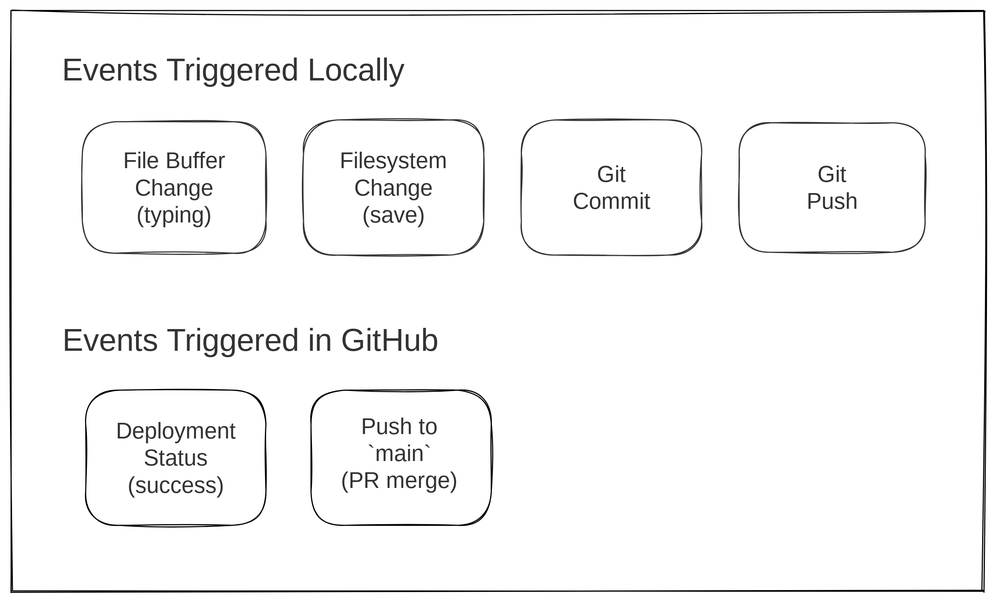
Above: docs/images/sdlc_events.excalidraw.svg in oaknational/Oak-Web-Application (Excalidraw), before the change. Source tidied: one line per element, renumbered; positions are measured from the earlier drawing's top-left corner, leaving out a move shared by most shapes.
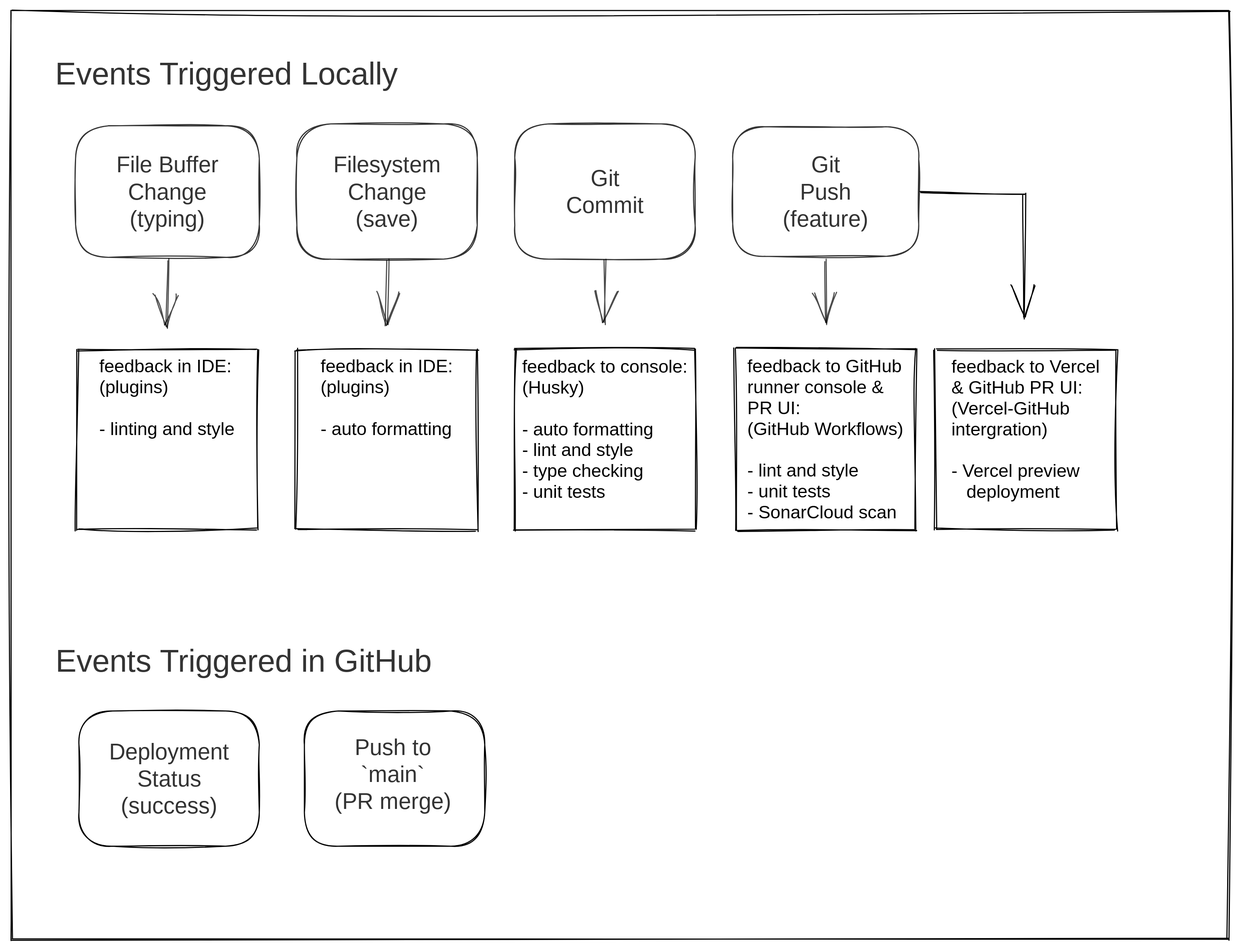
Above is the later version.

Commit message:
docs(testing): add checks to event diagram

Change to the diagram source:
```diff
@@ -1,15 +1,30 @@
-{"id": 0, "type": "rectangle", "strokeColor": "#000000", "strokeWidth": 1, "roughness": 1, "opacity": 80, "x": 259, "y": 96, "width": 160, "height": 120}
-{"id": 1, "type": "text", "text": "Filesystem\nChange\n(save)", "strokeColor": "#000000", "strokeWidth": 1, "roughness": 1, "opacity": 80, "fontSize": 20, "fontFamily": 3, "textAlign": "center", "x": 281, "y": 120, "width": 117, "height": 72}
-{"id": 2, "type": "text", "text": "Git\nCommit", "strokeColor": "#000000", "strokeWidth": 1, "roughness": 1, "opacity": 80, "fontSize": 20, "fontFamily": 3, "textAlign": "center", "x": 497, "y": 132, "width": 72, "height": 48}
-{"id": 3, "type": "rectangle", "strokeColor": "#000000", "strokeWidth": 1, "roughness": 1, "opacity": 80, "x": 453, "y": 96, "width": 160, "height": 120}
-{"id": 4, "type": "rectangle", "strokeColor": "#000000", "strokeWidth": 1, "roughness": 1, "opacity": 80, "x": 646, "y": 99, "width": 165, "height": 115}
-{"id": 5, "type": "text", "text": "Git\nPush", "strokeColor": "#000000", "strokeWidth": 1, "roughness": 1, "opacity": 80, "fontSize": 20, "fontFamily": 3, "textAlign": "center", "x": 704, "y": 132, "width": 48, "height": 48}
-{"id": 6, "type": "rectangle", "strokeColor": "#000000", "strokeWidth": 1, "roughness": 1, "opacity": 80, "x": 63, "y": 98, "width": 163, "height": 117}
-{"id": 7, "type": "text", "text": "File Buffer\nChange\n(typing)", "strokeColor": "#000000", "strokeWidth": 1, "roughness": 1, "opacity": 80, "fontSize": 20, "fontFamily": 3, "textAlign": "center", "x": 80, "y": 120, "width": 129, "height": 72}
 {"id": 8, "type": "text", "text": "Events Triggered Locally", "strokeColor": "#000000", "strokeWidth": 1, "roughness": 1, "opacity": 80, "fontSize": 28, "fontFamily": 1, "textAlign": "center", "x": 26, "y": 36, "width": 342, "height": 36}
-{"id": 9, "type": "text", "text": "Events Triggered in GitHub", "strokeColor": "#000000", "strokeWidth": 1, "roughness": 1, "opacity": 80, "fontSize": 28, "fontFamily": 1, "textAlign": "center", "x": 26, "y": 276, "width": 372, "height": 36}
+{"id": 9, "type": "text", "text": "Events Triggered in GitHub", "strokeColor": "#000000", "strokeWidth": 1, "roughness": 1, "opacity": 80, "fontSize": 28, "fontFamily": 1, "textAlign": "center", "x": 26, "y": 558, "width": 372, "height": 36}
-{"id": 10, "type": "rectangle", "strokeColor": "#000000", "strokeWidth": 1, "roughness": 1, "x": 66, "y": 336, "width": 160, "height": 120}
+{"id": 10, "type": "rectangle", "strokeColor": "#000000", "strokeWidth": 1, "roughness": 1, "x": 66, "y": 618, "width": 160, "height": 120}
-{"id": 11, "type": "text", "text": "Deployment\nStatus\n(success)", "strokeColor": "#000000", "strokeWidth": 1, "roughness": 1, "opacity": 80, "fontSize": 20, "fontFamily": 3, "textAlign": "center", "x": 88, "y": 360, "width": 117, "height": 72}
+{"id": 11, "type": "text", "text": "Deployment\nStatus\n(success)", "strokeColor": "#000000", "strokeWidth": 1, "roughness": 1, "opacity": 80, "fontSize": 20, "fontFamily": 3, "textAlign": "center", "x": 88, "y": 642, "width": 117, "height": 72}
-{"id": 12, "type": "rectangle", "strokeColor": "#000000", "strokeWidth": 1, "roughness": 1, "x": 266, "y": 336, "width": 160, "height": 120}
+{"id": 12, "type": "rectangle", "strokeColor": "#000000", "strokeWidth": 1, "roughness": 1, "x": 266, "y": 618, "width": 160, "height": 120}
-{"id": 13, "type": "text", "text": "Push to\n`main`\n(PR merge)", "strokeColor": "#000000", "strokeWidth": 1, "roughness": 1, "opacity": 80, "fontSize": 20, "fontFamily": 3, "textAlign": "center", "x": 286, "y": 356, "width": 118, "height": 72}
+{"id": 13, "type": "text", "text": "Push to\n`main`\n(PR merge)", "strokeColor": "#000000", "strokeWidth": 1, "roughness": 1, "opacity": 80, "fontSize": 20, "fontFamily": 3, "textAlign": "center", "x": 286, "y": 638, "width": 118, "height": 72}
-{"id": 14, "type": "rectangle", "strokeColor": "#000000", "strokeWidth": 1, "roughness": 2, "x": 0, "y": 0, "width": 863, "height": 516}
+{"id": 14, "type": "rectangle", "strokeColor": "#000000", "strokeWidth": 1, "roughness": 2, "x": 6, "y": -4, "width": 1080, "height": 824}
+{"id": 6, "type": "rectangle", "strokeColor": "#000000", "strokeWidth": 1, "roughness": 1, "opacity": 80, "x": 63, "y": 98, "width": 163, "height": 117}
+{"id": 7, "type": "text", "text": "File Buffer\nChange\n(typing)", "strokeColor": "#000000", "strokeWidth": 1, "roughness": 1, "opacity": 80, "fontSize": 20, "fontFamily": 3, "textAlign": "center", "x": 80, "y": 120, "width": 129, "height": 72}
+{"id": 15, "type": "arrow", "strokeColor": "#000000", "strokeWidth": 1, "roughness": 1, "opacity": 70, "endArrowhead": "arrow", "from": 6, "to": 16, "x": 145, "y": 217, "width": 0, "height": 60, "points": [[0, 0], [0, 60]]}
+{"id": 16, "type": "rectangle", "strokeColor": "#000000", "strokeWidth": 1, "roughness": 1, "x": 64, "y": 296, "width": 160, "height": 160}
+{"id": 17, "type": "text", "text": "feedback in IDE:\n(plugins)\n\n- linting and style", "strokeColor": "#000000", "strokeWidth": 1, "roughness": 1, "fontSize": 16, "fontFamily": 2, "x": 84, "y": 302, "width": 121, "height": 74}
+{"id": 0, "type": "rectangle", "strokeColor": "#000000", "strokeWidth": 1, "roughness": 1, "opacity": 80, "x": 259, "y": 96, "width": 160, "height": 120}
+{"id": 1, "type": "text", "text": "Filesystem\nChange\n(save)", "strokeColor": "#000000", "strokeWidth": 1, "roughness": 1, "opacity": 80, "fontSize": 20, "fontFamily": 3, "textAlign": "center", "x": 281, "y": 120, "width": 117, "height": 72}
+{"id": 18, "type": "arrow", "strokeColor": "#000000", "strokeWidth": 1, "roughness": 1, "opacity": 70, "endArrowhead": "arrow", "from": 0, "to": 19, "x": 340, "y": 218, "width": 1, "height": 57, "points": [[0, 0], [-1, 57]]}
+{"id": 19, "type": "rectangle", "strokeColor": "#000000", "strokeWidth": 1, "roughness": 1, "x": 259, "y": 296, "width": 160, "height": 160}
+{"id": 20, "type": "text", "text": "feedback in IDE:\n(plugins)\n\n- auto formatting", "strokeColor": "#000000", "strokeWidth": 1, "roughness": 1, "fontSize": 16, "fontFamily": 2, "x": 280, "y": 302, "width": 118, "height": 74}
+{"id": 2, "type": "text", "text": "Git\nCommit", "strokeColor": "#000000", "strokeWidth": 1, "roughness": 1, "opacity": 80, "fontSize": 20, "fontFamily": 3, "textAlign": "center", "x": 497, "y": 132, "width": 72, "height": 48}
+{"id": 3, "type": "rectangle", "strokeColor": "#000000", "strokeWidth": 1, "roughness": 1, "opacity": 80, "x": 453, "y": 96, "width": 160, "height": 120}
+{"id": 21, "type": "arrow", "strokeColor": "#000000", "strokeWidth": 1, "roughness": 1, "opacity": 70, "endArrowhead": "arrow", "to": 22, "x": 533, "y": 216, "width": 1, "height": 58, "points": [[0, 0], [1, 58]]}
+{"id": 22, "type": "rectangle", "strokeColor": "#000000", "strokeWidth": 1, "roughness": 1, "x": 453, "y": 296, "width": 160, "height": 160}
+{"id": 23, "type": "text", "text": "feedback to console:\n(Husky)\n\n- auto formatting\n- lint and style\n- type checking\n- unit tests", "strokeColor": "#000000", "strokeWidth": 1, "roughness": 1, "fontSize": 16, "fontFamily": 2, "x": 459, "y": 302, "width": 147, "height": 130}
+{"id": 4, "type": "rectangle", "strokeColor": "#000000", "strokeWidth": 1, "roughness": 1, "opacity": 80, "x": 646, "y": 99, "width": 165, "height": 115}
+{"id": 5, "type": "text", "text": "Git\nPush\n(feature)", "strokeColor": "#000000", "strokeWidth": 1, "roughness": 1, "opacity": 80, "fontSize": 20, "fontFamily": 3, "textAlign": "center", "x": 675, "y": 120, "width": 107, "height": 72}
+{"id": 24, "type": "arrow", "strokeColor": "#000000", "strokeWidth": 1, "roughness": 1, "opacity": 70, "endArrowhead": "arrow", "from": 4, "to": 25, "x": 728, "y": 217, "width": 1, "height": 57, "points": [[0, 0], [1, 57]]}
+{"id": 25, "type": "rectangle", "strokeColor": "#000000", "strokeWidth": 1, "roughness": 1, "x": 648, "y": 296, "width": 160, "height": 160}
+{"id": 26, "type": "text", "text": "feedback to GitHub\nrunner console &\nPR UI:\n(GitHub Workflows)\n\n- lint and style\n- unit tests\n- SonarCloud scan", "strokeColor": "#000000", "strokeWidth": 1, "roughness": 1, "fontSize": 16, "fontFamily": 2, "x": 659, "y": 302, "width": 139, "height": 148}
+{"id": 27, "type": "arrow", "strokeColor": "#000000", "strokeWidth": 1, "roughness": 1, "endArrowhead": "arrow", "from": 4, "to": 28, "x": 813, "y": 157, "width": 91, "height": 111, "points": [[0, 0], [91, 2], [91, 111]]}
+{"id": 28, "type": "rectangle", "strokeColor": "#000000", "strokeWidth": 1, "roughness": 1, "x": 826, "y": 296, "width": 160, "height": 160}
+{"id": 29, "type": "text", "text": "feedback to Vercel\n& GitHub PR UI:\n(Vercel-GitHub\nintergration)\n\n- Vercel preview\n   deployment", "strokeColor": "#000000", "strokeWidth": 1, "roughness": 1, "fontSize": 16, "fontFamily": 2, "x": 840, "y": 302, "width": 132, "height": 130}
```
